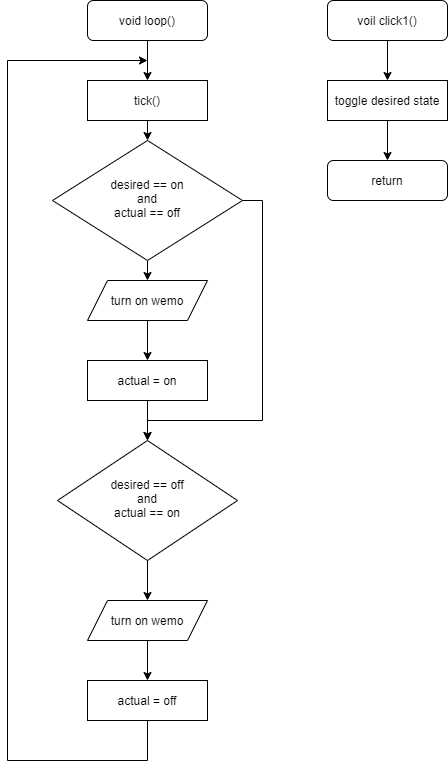
Before: L08_Ethernet/wemoflow.png, a diagram exported from draw.io (ddc-iot/instructor_master). Source tidied: cells renumbered, new cells last; positions are measured from the earlier drawing's top-left corner, leaving out a move shared by most shapes.
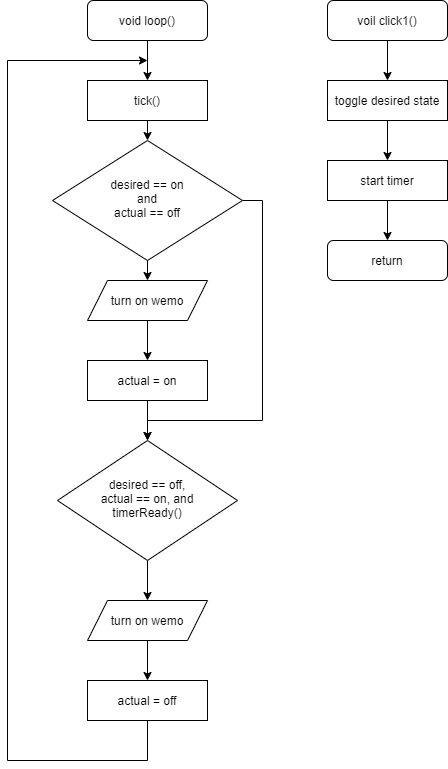
Later version of the same file.

What changed in the source:
```diff
@@ -29,14 +29,14 @@
     <mxCell id="8" value="voil click1()" style="rounded=1;whiteSpace=wrap;html=1;" parent="1" vertex="1">
       <mxGeometry x="320" width="120" height="40" as="geometry" />
     </mxCell>
-    <mxCell id="9" style="edgeStyle=orthogonalEdgeStyle;rounded=0;jettySize=auto;html=1;exitX=0.5;exitY=1;exitDx=0;exitDy=0;entryX=0.5;entryY=0;entryDx=0;entryDy=0;" parent="1" edge="1" source="10" target="11">
-      <mxGeometry relative="1" as="geometry" />
-    </mxCell>
+    <mxCell id="24" style="edgeStyle=orthogonalEdgeStyle;rounded=0;jettySize=auto;html=1;entryX=0.5;entryY=0;entryDx=0;entryDy=0;" parent="1" edge="1" source="10" target="26">
+      <mxGeometry relative="1" as="geometry" />
+    </mxCell>
     <mxCell id="10" value="toggle desired state" style="rounded=0;whiteSpace=wrap;html=1;" parent="1" vertex="1">
       <mxGeometry x="320" y="80" width="120" height="40" as="geometry" />
     </mxCell>
     <mxCell id="11" value="return" style="rounded=1;whiteSpace=wrap;html=1;" parent="1" vertex="1">
-      <mxGeometry x="320" y="160" width="120" height="40" as="geometry" />
+      <mxGeometry x="320" y="240" width="120" height="40" as="geometry" />
     </mxCell>
     <mxCell id="12" style="edgeStyle=orthogonalEdgeStyle;rounded=0;jettySize=auto;html=1;exitX=0.5;exitY=1;exitDx=0;exitDy=0;entryX=0.5;entryY=0;entryDx=0;entryDy=0;" parent="1" edge="1" source="13" target="23">
       <mxGeometry relative="1" as="geometry" />
@@ -47,7 +47,7 @@
     <mxCell id="14" style="edgeStyle=orthogonalEdgeStyle;rounded=0;jettySize=auto;html=1;exitX=0.5;exitY=1;exitDx=0;exitDy=0;entryX=0.5;entryY=0;entryDx=0;entryDy=0;" parent="1" edge="1" source="15" target="17">
       <mxGeometry relative="1" as="geometry" />
     </mxCell>
-    <mxCell id="15" value="desired == off&lt;br&gt;and&lt;br&gt;actual == on" style="rhombus;whiteSpace=wrap;html=1;shadow=0;fontFamily=Helvetica;fontSize=12;align=center;strokeWidth=1;spacing=6;spacingTop=-4;" parent="1" vertex="1">
+    <mxCell id="15" value="desired == off,&lt;br&gt;actual == on, and&lt;br&gt;timerReady()" style="rhombus;whiteSpace=wrap;html=1;shadow=0;fontFamily=Helvetica;fontSize=12;align=center;strokeWidth=1;spacing=6;spacingTop=-4;" parent="1" vertex="1">
       <mxGeometry x="50" y="440" width="180" height="120" as="geometry" />
     </mxCell>
     <mxCell id="16" style="edgeStyle=orthogonalEdgeStyle;rounded=0;jettySize=auto;html=1;entryX=0.5;entryY=0;entryDx=0;entryDy=0;" parent="1" edge="1" source="17" target="21">
@@ -81,5 +81,11 @@
     <mxCell id="23" value="actual = on" style="rounded=0;whiteSpace=wrap;html=1;" parent="1" vertex="1">
       <mxGeometry x="80" y="360" width="120" height="40" as="geometry" />
     </mxCell>
+    <mxCell id="25" style="edgeStyle=orthogonalEdgeStyle;rounded=0;jettySize=auto;html=1;exitX=0.5;exitY=1;exitDx=0;exitDy=0;entryX=0.5;entryY=0;entryDx=0;entryDy=0;" parent="1" edge="1" source="26" target="11">
+      <mxGeometry relative="1" as="geometry" />
+    </mxCell>
+    <mxCell id="26" value="start timer" style="rounded=0;whiteSpace=wrap;html=1;" parent="1" vertex="1">
+      <mxGeometry x="320" y="160" width="120" height="40" as="geometry" />
+    </mxCell>
   </root>
 </mxGraphModel>
```
